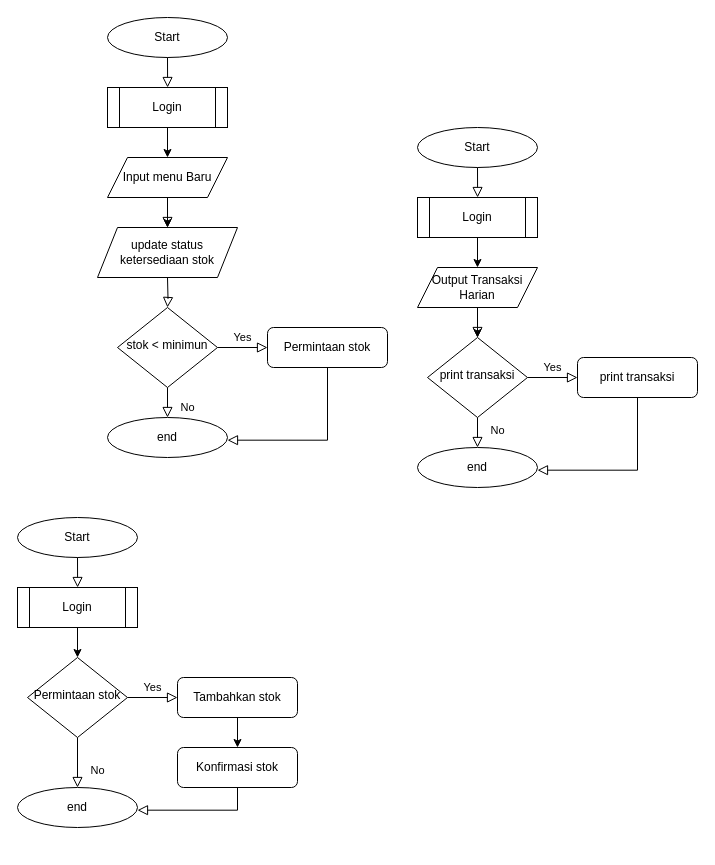
Earlier version of the draw.io diagram Untitled Diagram.drawio (Wahdaapf/All-About-DrawIo). Source tidied: cells renumbered, new cells numbered last; positions are measured from the earlier drawing's top-left corner, leaving out a move shared by most shapes. Both pictures are drawn from the tidied source at 100%, with x=0, y=0 at pixel (17, 17).
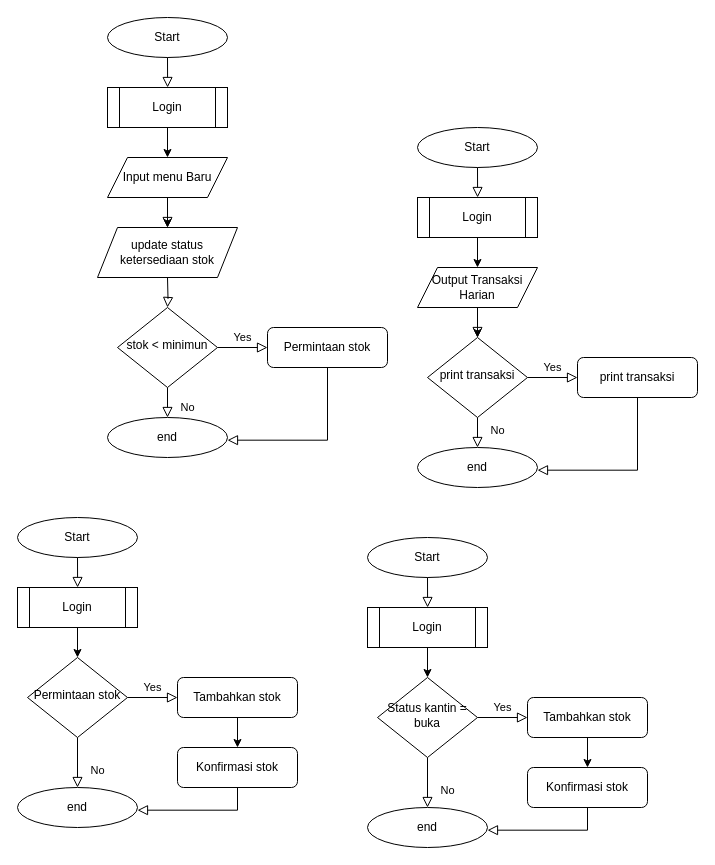
The same page after the edit.

Change to the diagram source:
```diff
@@
+    <mxCell id="45" style="group;" parent="1" vertex="1">
+      <mxGeometry x="350" y="520" width="280" height="310" as="geometry" />
+    </mxCell>
+    <mxCell id="46" style="endArrow=classic;html=1;rounded=0;" parent="45" edge="1">
+      <mxGeometry relative="1" as="geometry">
+        <mxPoint x="60" y="110" as="sourcePoint" />
+        <mxPoint x="60" y="140" as="targetPoint" />
+      </mxGeometry>
+    </mxCell>
+    <mxCell id="47" style="endArrow=classic;html=1;rounded=0;entryX=0.5;entryY=0;entryDx=0;entryDy=0;" parent="45" edge="1" target="57">
+      <mxGeometry relative="1" as="geometry">
+        <mxPoint x="220" y="200" as="sourcePoint" />
+      </mxGeometry>
+    </mxCell>
+    <mxCell id="48" value="No" style="rounded=0;html=1;jettySize=auto;fontSize=11;endArrow=block;endFill=0;endSize=8;strokeWidth=1;shadow=0;labelBackgroundColor=none;edgeStyle=orthogonalEdgeStyle;entryX=0.5;entryY=0;entryDx=0;entryDy=0;" parent="45" edge="1" source="50" target="56">
+      <mxGeometry x="0.33" y="20" relative="1" as="geometry" />
+    </mxCell>
+    <mxCell id="49" value="Yes" style="edgeStyle=orthogonalEdgeStyle;rounded=0;html=1;jettySize=auto;fontSize=11;endArrow=block;endFill=0;endSize=8;strokeWidth=1;shadow=0;labelBackgroundColor=none;" parent="45" edge="1" source="50" target="51">
+      <mxGeometry y="10" relative="1" as="geometry" />
+    </mxCell>
+    <mxCell id="50" value="Status kantin = buka" style="rhombus;whiteSpace=wrap;html=1;shadow=0;fontFamily=Helvetica;fontSize=12;align=center;strokeWidth=1;spacing=6;spacingTop=-4;" parent="45" vertex="1">
+      <mxGeometry x="10" y="140" width="100" height="80" as="geometry" />
+    </mxCell>
+    <mxCell id="51" value="Tambahkan stok" style="rounded=1;whiteSpace=wrap;html=1;fontSize=12;glass=0;strokeWidth=1;shadow=0;" parent="45" vertex="1">
+      <mxGeometry x="160" y="160" width="120" height="40" as="geometry" />
+    </mxCell>
+    <mxCell id="52" value="Start" style="ellipse;whiteSpace=wrap;html=1;" parent="45" vertex="1">
+      <mxGeometry width="120" height="40" as="geometry" />
+    </mxCell>
+    <mxCell id="53" value="Login" style="shape=process;whiteSpace=wrap;html=1;backgroundOutline=1;" parent="45" vertex="1">
+      <mxGeometry y="70" width="120" height="40" as="geometry" />
+    </mxCell>
+    <mxCell id="54" style="rounded=0;html=1;jettySize=auto;fontSize=11;endArrow=block;endFill=0;endSize=8;strokeWidth=1;shadow=0;labelBackgroundColor=none;edgeStyle=orthogonalEdgeStyle;exitX=0.5;exitY=1;exitDx=0;exitDy=0;" parent="45" edge="1" source="52">
+      <mxGeometry relative="1" as="geometry">
+        <mxPoint x="60.1" y="70" as="targetPoint" />
+      </mxGeometry>
+    </mxCell>
+    <mxCell id="55" style="rounded=0;html=1;jettySize=auto;fontSize=11;endArrow=block;endFill=0;endSize=8;strokeWidth=1;shadow=0;labelBackgroundColor=none;edgeStyle=orthogonalEdgeStyle;exitX=0.5;exitY=1;exitDx=0;exitDy=0;entryX=1;entryY=0.567;entryDx=0;entryDy=0;entryPerimeter=0;" parent="45" edge="1" source="57" target="56">
+      <mxGeometry x="0.33" y="20" relative="1" as="geometry" />
+    </mxCell>
+    <mxCell id="56" value="end" style="ellipse;whiteSpace=wrap;html=1;" parent="45" vertex="1">
+      <mxGeometry y="270" width="120" height="40" as="geometry" />
+    </mxCell>
+    <mxCell id="57" value="Konfirmasi stok" style="rounded=1;whiteSpace=wrap;html=1;fontSize=12;glass=0;strokeWidth=1;shadow=0;" parent="45" vertex="1">
+      <mxGeometry x="160" y="230" width="120" height="40" as="geometry" />
+    </mxCell>
```
